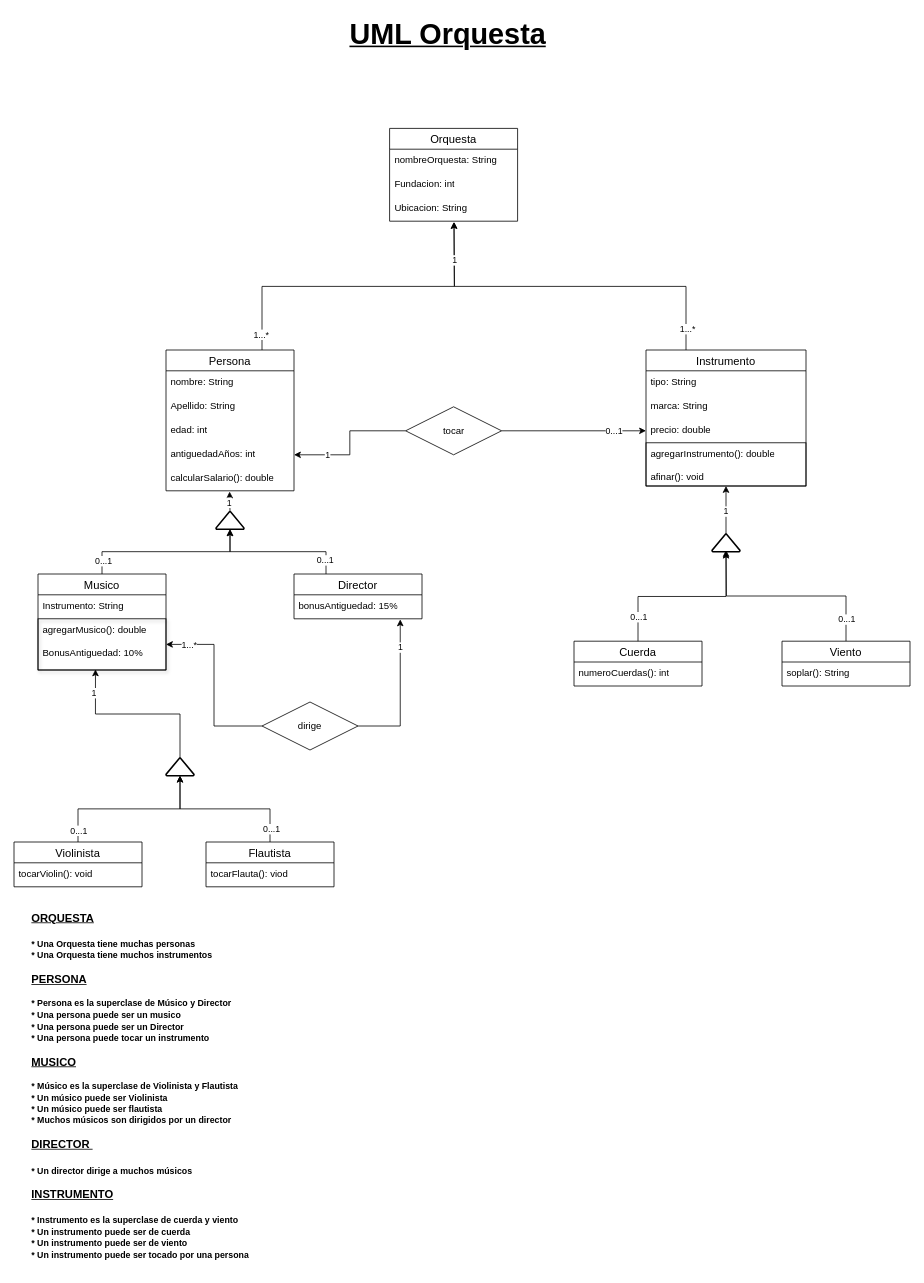
The draw.io diagram src/MP03_Marina/UF_6/UML_Real/Diagrama sin título.drawio in Fernando7909/ProgramacionJava, before the edit. Source tidied: cells renumbered, new cells numbered last; positions are measured from the earlier drawing's top-left corner, leaving out a move shared by most shapes. Both pictures are drawn from the tidied source at 80%, with x=0, y=0 at pixel (14, 14).
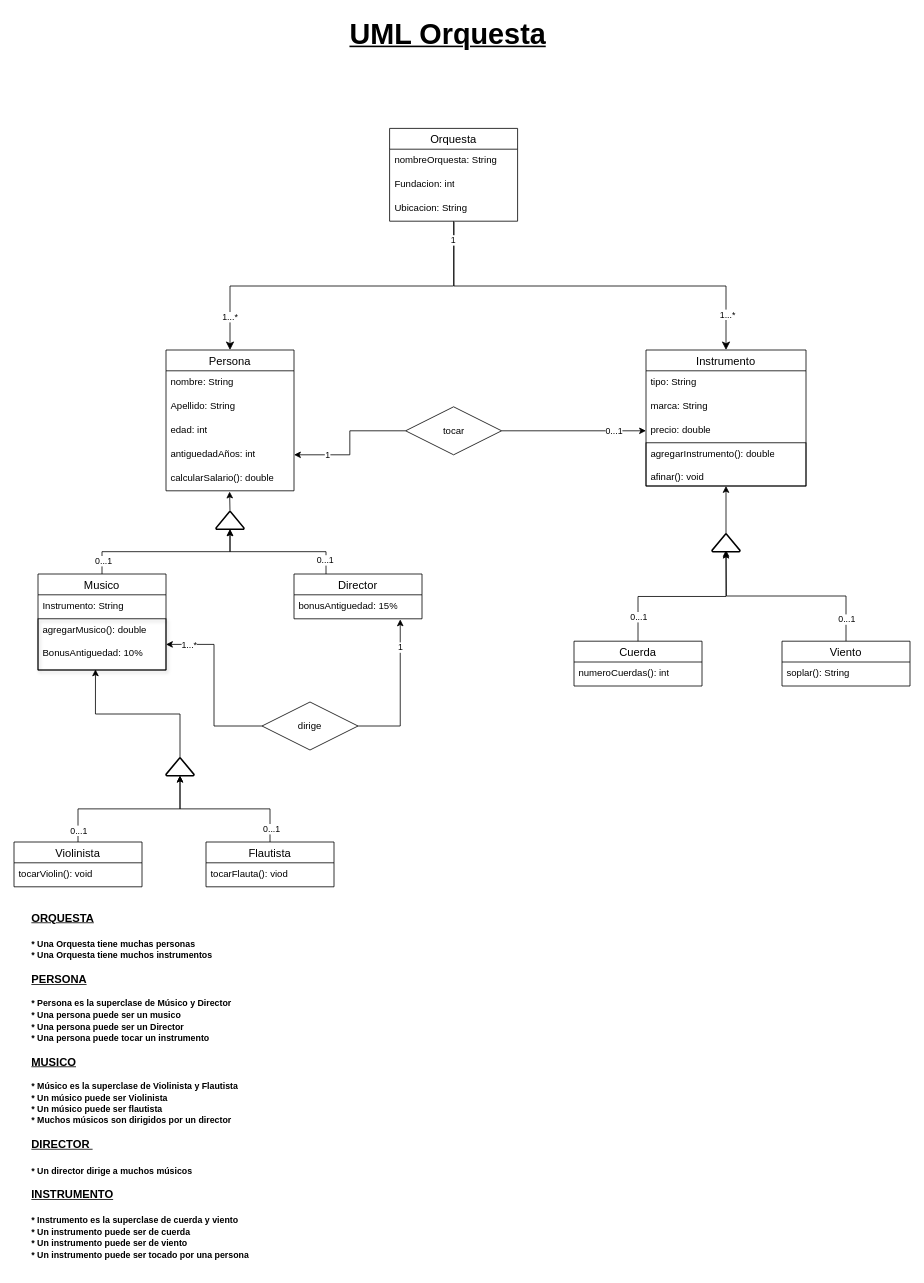
Above is the later version.

Unchanged cells that the change refers to:
```xml
<mxCell id="5" value="Ubicacion: String" style="text;strokeColor=none;fillColor=none;spacingLeft=4;spacingRight=4;overflow=hidden;points=[[0,0.5],[1,0.5]];portConstraint=eastwest;fontSize=12;whiteSpace=wrap;html=1;" parent="2" vertex="1">
  <mxGeometry y="86" width="160" height="30" as="geometry" />
</mxCell>
<mxCell id="9" value="Instrumento" style="swimlane;fontStyle=0;horizontal=1;startSize=26;align=center;fontSize=14;" parent="1" vertex="1">
  <mxGeometry x="790" y="420" width="200" height="170" as="geometry" />
</mxCell>
<mxCell id="35" style="edgeStyle=orthogonalEdgeStyle;rounded=0;jettySize=auto;html=1;exitX=0.5;exitY=0;exitDx=0;exitDy=0;exitPerimeter=0;entryX=0.449;entryY=0.988;entryDx=0;entryDy=0;entryPerimeter=0;" parent="1" edge="1" source="30" target="8">
  <mxGeometry relative="1" as="geometry" />
</mxCell>
<mxCell id="43" style="edgeStyle=orthogonalEdgeStyle;rounded=0;jettySize=auto;html=1;exitX=0.5;exitY=0;exitDx=0;exitDy=0;exitPerimeter=0;entryX=0.5;entryY=1;entryDx=0;entryDy=0;" parent="1" edge="1" source="45" target="9">
  <mxGeometry relative="1" as="geometry" />
</mxCell>
<mxCell id="48" value="Persona" style="swimlane;fontStyle=0;horizontal=1;startSize=26;align=center;fontSize=14;" parent="1" vertex="1">
  <mxGeometry x="190" y="420" width="160" height="176" as="geometry" />
</mxCell>
<mxCell id="57" style="edgeStyle=orthogonalEdgeStyle;rounded=0;jettySize=auto;html=1;exitX=0.5;exitY=0;exitDx=0;exitDy=0;exitPerimeter=0;entryX=0.497;entryY=1.032;entryDx=0;entryDy=0;entryPerimeter=0;" parent="1" edge="1" source="54" target="53">
  <mxGeometry relative="1" as="geometry" />
</mxCell>
```

Diff of the diagram source:
```diff
@@
-    <mxCell id="36" value="1" style="edgeLabel;html=1;align=center;verticalAlign=middle;" parent="35" vertex="1">
-      <mxGeometry x="0.73" y="2" relative="1" as="geometry" />
-    </mxCell>
@@
-    <mxCell id="44" value="1" style="edgeLabel;html=1;align=center;verticalAlign=middle;" parent="43" vertex="1">
-      <mxGeometry x="-0.05" y="1" relative="1" as="geometry" />
-    </mxCell>
@@
-    <mxCell id="58" value="1" style="edgeLabel;html=1;align=center;verticalAlign=middle;" parent="57" vertex="1">
-      <mxGeometry x="-0.16" y="-3" relative="1" as="geometry">
-        <mxPoint x="-4" as="offset" />
-      </mxGeometry>
-    </mxCell>
-    <mxCell id="59" style="edgeStyle=orthogonalEdgeStyle;rounded=0;jettySize=auto;html=1;exitX=0.75;exitY=0;exitDx=0;exitDy=0;" parent="1" edge="1" source="48">
-      <mxGeometry relative="1" as="geometry">
-        <mxPoint x="550" y="260" as="targetPoint" />
-      </mxGeometry>
-    </mxCell>
-    <mxCell id="60" value="1...*" style="edgeLabel;html=1;align=center;verticalAlign=middle;" parent="59" vertex="1">
-      <mxGeometry x="-0.9" y="2" relative="1" as="geometry" />
-    </mxCell>
-    <mxCell id="61" style="edgeStyle=orthogonalEdgeStyle;rounded=0;jettySize=auto;html=1;exitX=0.25;exitY=0;exitDx=0;exitDy=0;" parent="1" edge="1" source="9">
-      <mxGeometry relative="1" as="geometry">
-        <mxPoint x="550" y="260" as="targetPoint" />
-      </mxGeometry>
-    </mxCell>
-    <mxCell id="62" value="1...*" style="edgeLabel;html=1;align=center;verticalAlign=middle;" parent="61" vertex="1">
-      <mxGeometry x="-0.88" y="-1" relative="1" as="geometry" />
-    </mxCell>
-    <mxCell id="63" value="1" style="edgeLabel;html=1;align=center;verticalAlign=middle;" parent="61" vertex="1">
-      <mxGeometry x="0.79" y="-2" relative="1" as="geometry">
-        <mxPoint x="-2" as="offset" />
-      </mxGeometry>
-    </mxCell>
@@
+    <mxCell id="68" style="edgeStyle=elbowEdgeStyle;elbow=vertical;endArrow=classic;html=1;curved=0;rounded=0;endSize=8;startSize=8;entryX=0.5;entryY=0;entryDx=0;entryDy=0;" parent="1" edge="1" source="5" target="48">
+      <mxGeometry relative="1" as="geometry" />
+    </mxCell>
+    <mxCell id="69" value="1...*" style="edgeLabel;html=1;align=center;verticalAlign=middle;" parent="68" vertex="1">
+      <mxGeometry x="0.81" y="-1" relative="1" as="geometry" />
+    </mxCell>
+    <mxCell id="70" style="edgeStyle=elbowEdgeStyle;elbow=vertical;endArrow=classic;html=1;curved=0;rounded=0;endSize=8;startSize=8;entryX=0.5;entryY=0;entryDx=0;entryDy=0;" parent="1" edge="1" target="9">
+      <mxGeometry relative="1" as="geometry">
+        <mxPoint x="550" y="260" as="sourcePoint" />
+      </mxGeometry>
+    </mxCell>
+    <mxCell id="71" value="1...*" style="edgeLabel;html=1;align=center;verticalAlign=middle;" parent="70" vertex="1">
+      <mxGeometry x="0.82" y="1" relative="1" as="geometry" />
+    </mxCell>
+    <mxCell id="72" value="1" style="edgeLabel;html=1;align=center;verticalAlign=middle;" parent="70" vertex="1">
+      <mxGeometry x="-0.91" relative="1" as="geometry">
+        <mxPoint x="-2" as="offset" />
+      </mxGeometry>
+    </mxCell>
```
